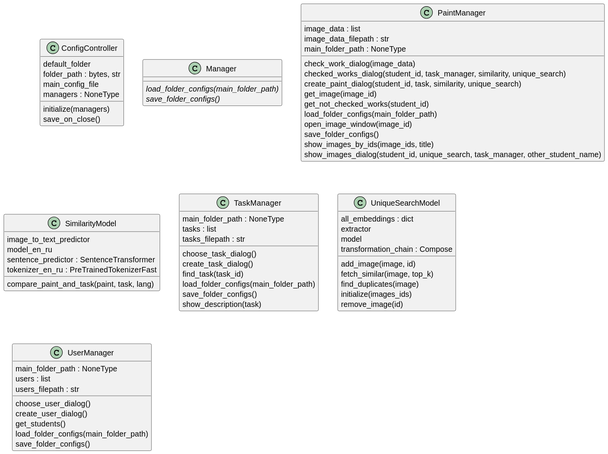
Before: docs/classes.svg, a diagram exported from PlantUML (lruns/draw-learning-helper).
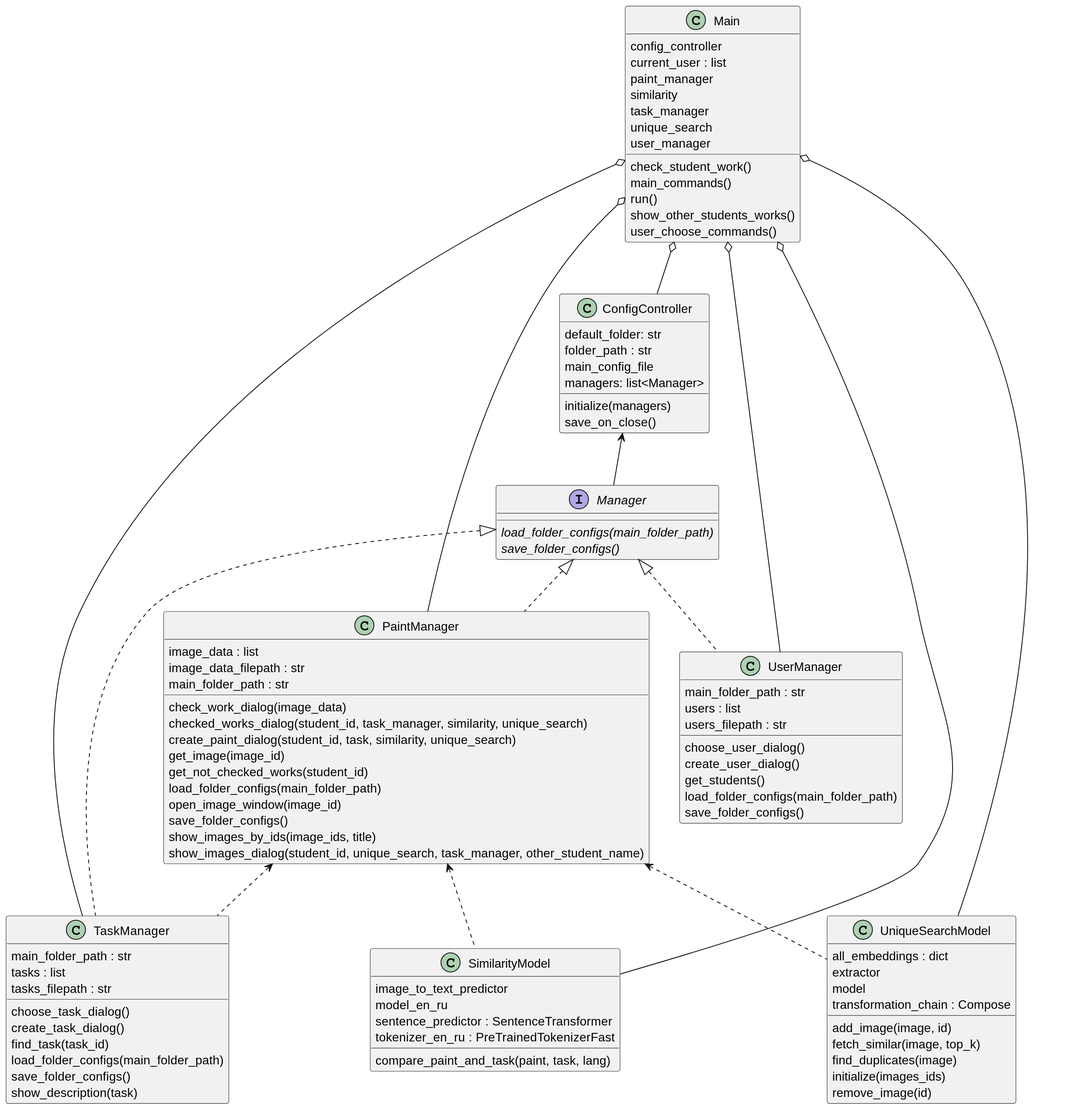
After the commit.

Diff of the diagram source:
```diff
@@ -1,21 +1,21 @@
 @startuml
 set namespaceSeparator none
-class "ConfigController" as src.config.ConfigController {
-  default_folder
-  folder_path : bytes, str
+class ConfigController {
+  default_folder: str
+  folder_path : str
   main_config_file
-  managers : NoneType
+  managers: list<Manager>
   initialize(managers)
   save_on_close()
 }
-class "Manager" as src.utils.Manager {
+interface Manager {
   {abstract}load_folder_configs(main_folder_path)
   {abstract}save_folder_configs()
 }
-class "PaintManager" as src.paint.PaintManager {
+class PaintManager implements Manager {
   image_data : list
   image_data_filepath : str
-  main_folder_path : NoneType
+  main_folder_path : str
   check_work_dialog(image_data)
   checked_works_dialog(student_id, task_manager, similarity, unique_search)
   create_paint_dialog(student_id, task, similarity, unique_search)
@@ -27,15 +27,15 @@
   show_images_by_ids(image_ids, title)
   show_images_dialog(student_id, unique_search, task_manager, other_student_name)
 }
-class "SimilarityModel" as src.similarity.SimilarityModel {
+class SimilarityModel {
   image_to_text_predictor
   model_en_ru
   sentence_predictor : SentenceTransformer
   tokenizer_en_ru : PreTrainedTokenizerFast
   compare_paint_and_task(paint, task, lang)
 }
-class "TaskManager" as src.task.TaskManager {
-  main_folder_path : NoneType
+class TaskManager implements Manager {
+  main_folder_path : str
   tasks : list
   tasks_filepath : str
   choose_task_dialog()
@@ -45,7 +45,7 @@
   save_folder_configs()
   show_description(task)
 }
-class "UniqueSearchModel" as src.unique_search.UniqueSearchModel {
+class UniqueSearchModel {
   all_embeddings : dict
   extractor
   model
@@ -56,8 +56,8 @@
   initialize(images_ids)
   remove_image(id)
 }
-class "UserManager" as src.user.UserManager {
-  main_folder_path : NoneType
+class UserManager implements Manager {
+  main_folder_path : str
   users : list
   users_filepath : str
   choose_user_dialog()
@@ -66,4 +66,29 @@
   load_folder_configs(main_folder_path)
   save_folder_configs()
 }
+class Main {
+  config_controller
+  current_user : list
+  paint_manager
+  similarity
+  task_manager
+  unique_search
+  user_manager
+  check_student_work()
+  main_commands()
+  run()
+  show_other_students_works()
+  user_choose_commands()
+}
+
+Main o-- UniqueSearchModel
+Main o-- SimilarityModel
+Main o-- ConfigController
+Main o-- PaintManager
+Main o-- UserManager
+Main o-- TaskManager
+ConfigController <-- Manager
+PaintManager <.. SimilarityModel
+PaintManager <.. UniqueSearchModel
+PaintManager <.. TaskManager
 @enduml
```
